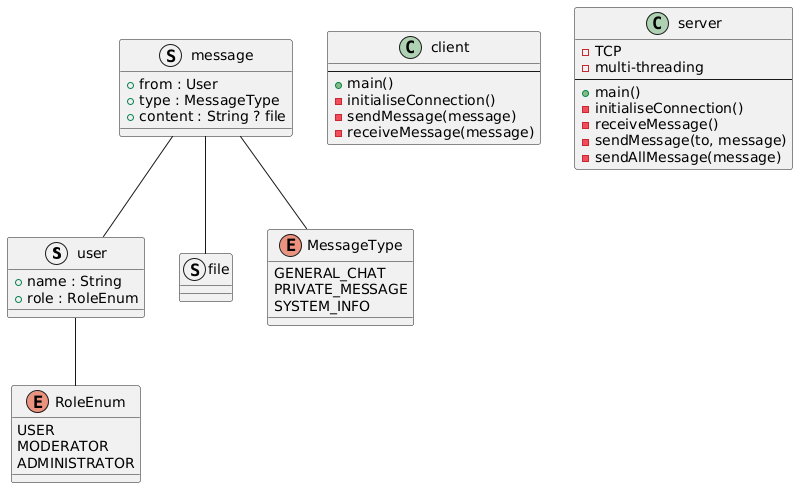
The PlantUML diagram uml/uml.png in Byxis/IG3-ProjetFAR, before a commit. Its source is kept beside it as uml/uml.plantuml.
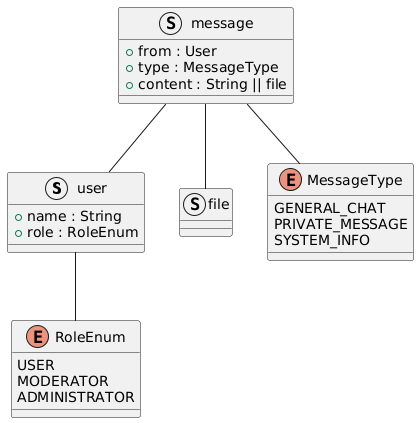
The same file after the commit.

What changed in the source:
```diff
@@ -10,33 +10,11 @@
 {
   + from : User
   + type : MessageType
-  + content : String ? file
+  + content : String || file
 }
 
 struct file
 {
-}
-
-
-class client
-{
- --
- + main()
- - initialiseConnection()
- - sendMessage(message)
- - receiveMessage(message)
-}
-
-class server
-{
- - TCP
- - multi-threading
- --
- + main()
- - initialiseConnection()
- - receiveMessage()
- - sendMessage(to, message)
- - sendAllMessage(message)
 }
 
 enum RoleEnum
```
